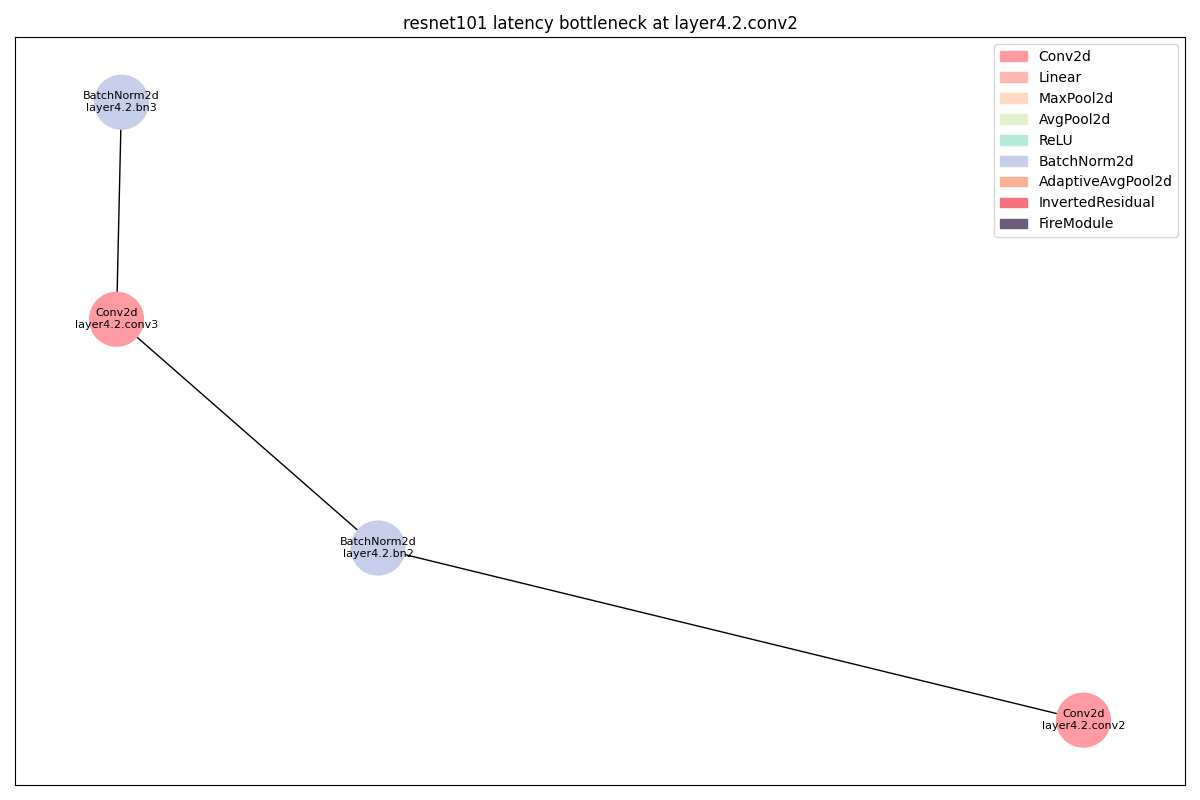
Earlier version of the Graphviz export dags/resnet101_latency_layer4_2_conv2_op.png (11222-Meng/DNN_Bottlen_Layer_Analysis). Its source is kept beside it as dags/resnet101_latency_layer4_2_conv2_op.dot.
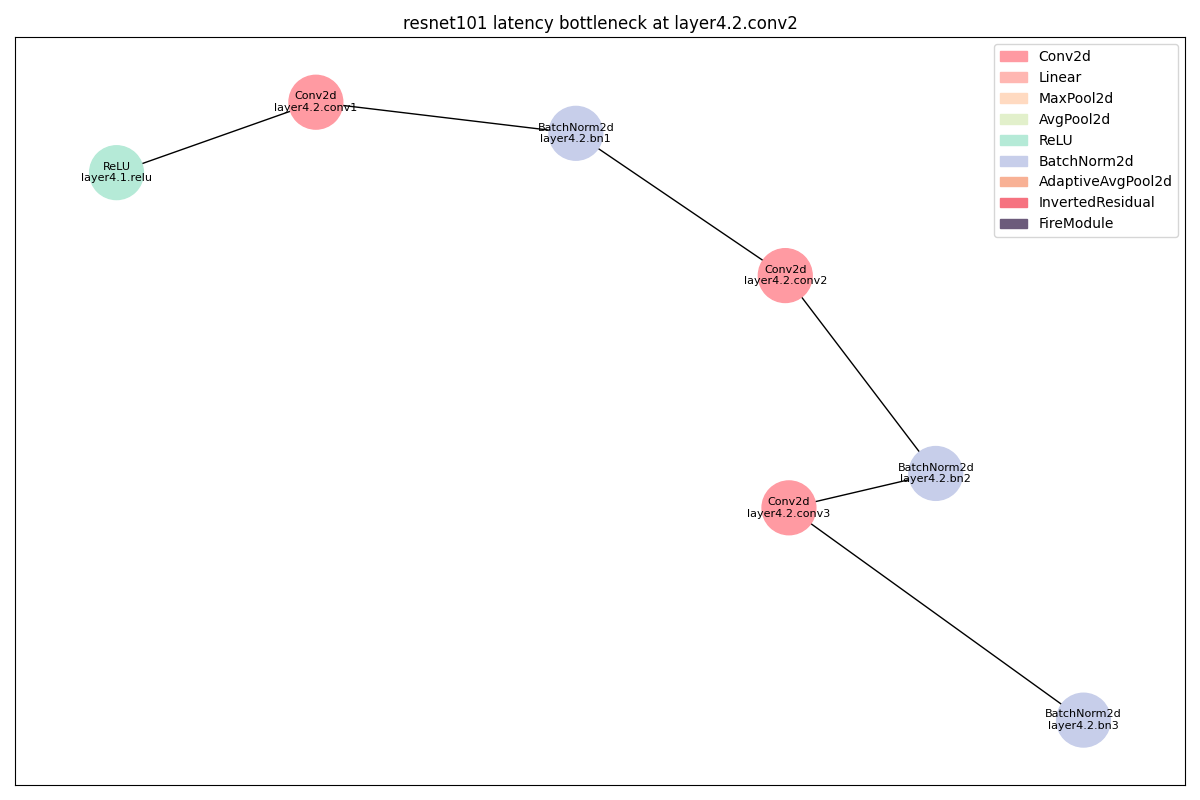
After the change.

Diff of the diagram source:
```diff
@@ -1,21 +1,36 @@
 strict digraph "" {
+	ReLU_0	[color="#B5EAD7",
+		layer_name="layer4.1.relu",
+		params=0,
+		type=ReLU];
 	Conv2d_0	[color="#FF9AA2",
-		layer_name="layer4.2.conv2",
-		params=2359296,
+		layer_name="layer4.2.conv1",
+		params=1048576,
 		type=Conv2d];
+	ReLU_0 -> Conv2d_0;
 	BatchNorm2d_0	[color="#C7CEEA",
-		layer_name="layer4.2.bn2",
+		layer_name="layer4.2.bn1",
 		params=1024,
 		type=BatchNorm2d];
 	Conv2d_0 -> BatchNorm2d_0;
 	Conv2d_1	[color="#FF9AA2",
+		layer_name="layer4.2.conv2",
+		params=2359296,
+		type=Conv2d];
+	BatchNorm2d_0 -> Conv2d_1;
+	BatchNorm2d_1	[color="#C7CEEA",
+		layer_name="layer4.2.bn2",
+		params=1024,
+		type=BatchNorm2d];
+	Conv2d_1 -> BatchNorm2d_1;
+	Conv2d_2	[color="#FF9AA2",
 		layer_name="layer4.2.conv3",
 		params=1048576,
 		type=Conv2d];
-	BatchNorm2d_0 -> Conv2d_1;
-	BatchNorm2d_1	[color="#C7CEEA",
+	BatchNorm2d_1 -> Conv2d_2;
+	BatchNorm2d_2	[color="#C7CEEA",
 		layer_name="layer4.2.bn3",
 		params=4096,
 		type=BatchNorm2d];
-	Conv2d_1 -> BatchNorm2d_1;
+	Conv2d_2 -> BatchNorm2d_2;
 }
```
